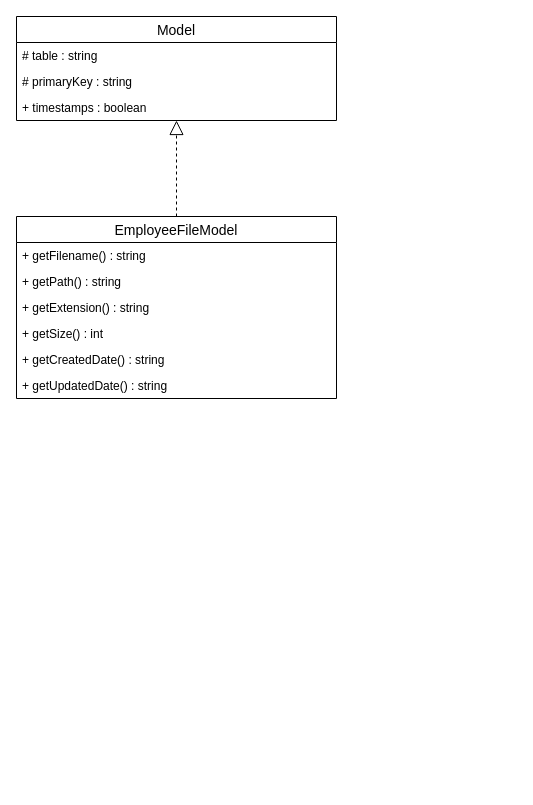
The draw.io diagram page "Хранение материалов" (4 of 6) of docs/Пояснительная записка/media/Диаграмма классов/Диаграмма классов.drawio in pmswga/MOSIT-DD, before the edit. Source tidied: cells renumbered, new cells numbered last; positions are measured from the earlier drawing's top-left corner, leaving out a move shared by most shapes. Both pictures are drawn from the tidied source at 100%, with x=0, y=0 at pixel (16, 16).
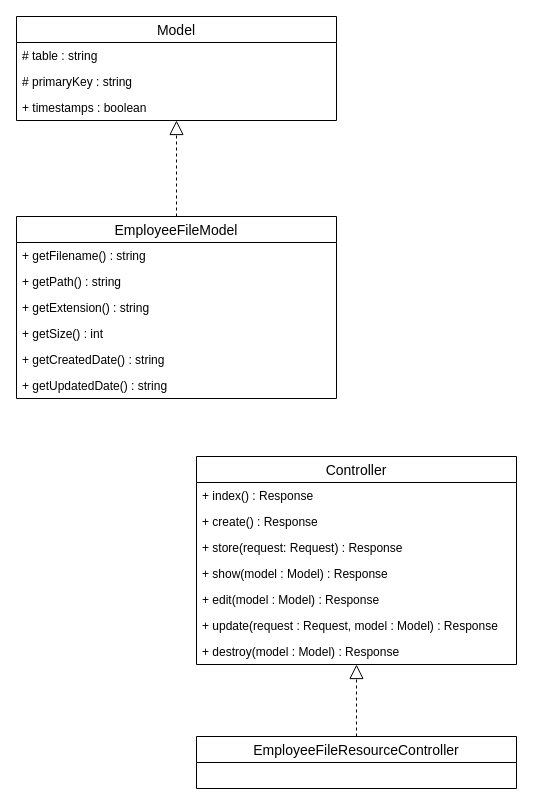
The same page after the edit.

The edit, as a diff of the source:
```diff
@@
+    <mxCell id="14" style="endArrow=block;dashed=1;endFill=0;endSize=12;html=1;" parent="1" edge="1" source="23" target="15">
+      <mxGeometry relative="1" as="geometry" />
+    </mxCell>
+    <mxCell id="15" value="Controller" style="swimlane;fontStyle=0;horizontal=1;startSize=26;align=center;fontSize=14;" parent="1" vertex="1">
+      <mxGeometry x="180" y="440" width="320" height="208" as="geometry" />
+    </mxCell>
+    <mxCell id="16" value="+ index() : Response" style="text;strokeColor=none;fillColor=none;spacingLeft=4;spacingRight=4;overflow=hidden;fontSize=12;" parent="15" vertex="1">
+      <mxGeometry y="26" width="320" height="26" as="geometry" />
+    </mxCell>
+    <mxCell id="17" value="+ create() : Response" style="text;strokeColor=none;fillColor=none;spacingLeft=4;spacingRight=4;overflow=hidden;fontSize=12;" parent="15" vertex="1">
+      <mxGeometry y="52" width="320" height="26" as="geometry" />
+    </mxCell>
+    <mxCell id="18" value="+ store(request: Request) : Response" style="text;strokeColor=none;fillColor=none;spacingLeft=4;spacingRight=4;overflow=hidden;fontSize=12;" parent="15" vertex="1">
+      <mxGeometry y="78" width="320" height="26" as="geometry" />
+    </mxCell>
+    <mxCell id="19" value="+ show(model : Model) : Response" style="text;strokeColor=none;fillColor=none;spacingLeft=4;spacingRight=4;overflow=hidden;fontSize=12;" parent="15" vertex="1">
+      <mxGeometry y="104" width="320" height="26" as="geometry" />
+    </mxCell>
+    <mxCell id="20" value="+ edit(model : Model) : Response" style="text;strokeColor=none;fillColor=none;spacingLeft=4;spacingRight=4;overflow=hidden;fontSize=12;" parent="15" vertex="1">
+      <mxGeometry y="130" width="320" height="26" as="geometry" />
+    </mxCell>
+    <mxCell id="21" value="+ update(request : Request, model : Model) : Response" style="text;strokeColor=none;fillColor=none;spacingLeft=4;spacingRight=4;overflow=hidden;fontSize=12;" parent="15" vertex="1">
+      <mxGeometry y="156" width="320" height="26" as="geometry" />
+    </mxCell>
+    <mxCell id="22" value="+ destroy(model : Model) : Response" style="text;strokeColor=none;fillColor=none;spacingLeft=4;spacingRight=4;overflow=hidden;fontSize=12;" parent="15" vertex="1">
+      <mxGeometry y="182" width="320" height="26" as="geometry" />
+    </mxCell>
+    <mxCell id="23" value="EmployeeFileResourceController" style="swimlane;fontStyle=0;horizontal=1;startSize=26;align=center;fontSize=14;" parent="1" vertex="1">
+      <mxGeometry x="180" y="720" width="320" height="52" as="geometry" />
+    </mxCell>
```
